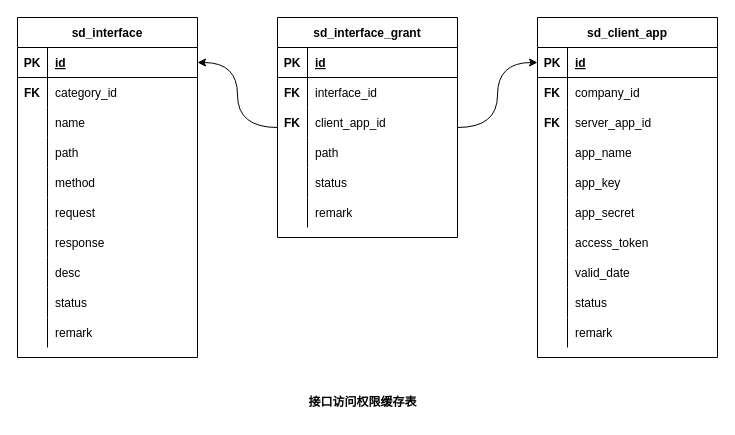
The draw.io diagram page "20220930154752" (6 of 7) of src/main/work/wyjz/design/service/directory/db_design_20220930.drawio in ab-doc/draw.io, before the edit. Source tidied: cells renumbered, new cells numbered last; positions are measured from the earlier drawing's top-left corner, leaving out a move shared by most shapes. Both pictures are drawn from the tidied source at 100%, with x=0, y=0 at pixel (17, 17).
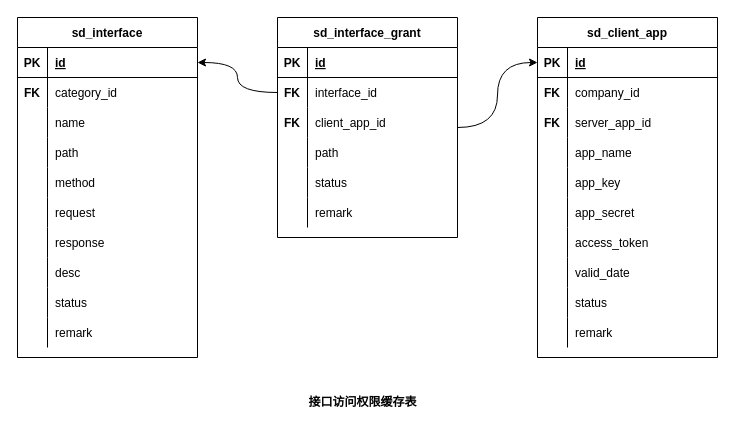
The same diagram, later.

The change refers to these unchanged cells:
```xml
<mxCell id="4" value="sd_interface_grant" style="shape=table;startSize=30;childLayout=tableLayout;rowLines=0;fontStyle=1;align=center;" parent="1" vertex="1">
  <mxGeometry x="260" width="180" height="220" as="geometry" />
</mxCell>
<mxCell id="8" style="shape=tableRow;horizontal=0;startSize=0;swimlaneHead=0;swimlaneBody=0;fillColor=none;points=[[0,0.5],[1,0.5]];portConstraint=eastwest;top=0;left=0;right=0;bottom=0;" parent="4" vertex="1">
  <mxGeometry y="60" width="180" height="30" as="geometry" />
</mxCell>
<mxCell id="56" style="shape=tableRow;horizontal=0;startSize=0;swimlaneHead=0;swimlaneBody=0;fillColor=none;points=[[0,0.5],[1,0.5]];portConstraint=eastwest;top=0;left=0;right=0;bottom=1;" parent="55" vertex="1">
  <mxGeometry y="30" width="180" height="30" as="geometry" />
</mxCell>
```

Change to the diagram source:
```diff
@@
-    <mxCell id="3" style="edgeStyle=orthogonalEdgeStyle;curved=1;rounded=0;jettySize=auto;html=1;entryX=1;entryY=0.5;entryDx=0;entryDy=0;" parent="1" edge="1" source="4" target="56">
+    <mxCell id="3" style="edgeStyle=orthogonalEdgeStyle;curved=1;rounded=0;jettySize=auto;html=1;entryX=1;entryY=0.5;entryDx=0;entryDy=0;exitX=0;exitY=0.5;exitDx=0;exitDy=0;" parent="1" edge="1" source="8" target="56">
       <mxGeometry relative="1" as="geometry" />
     </mxCell>
```
